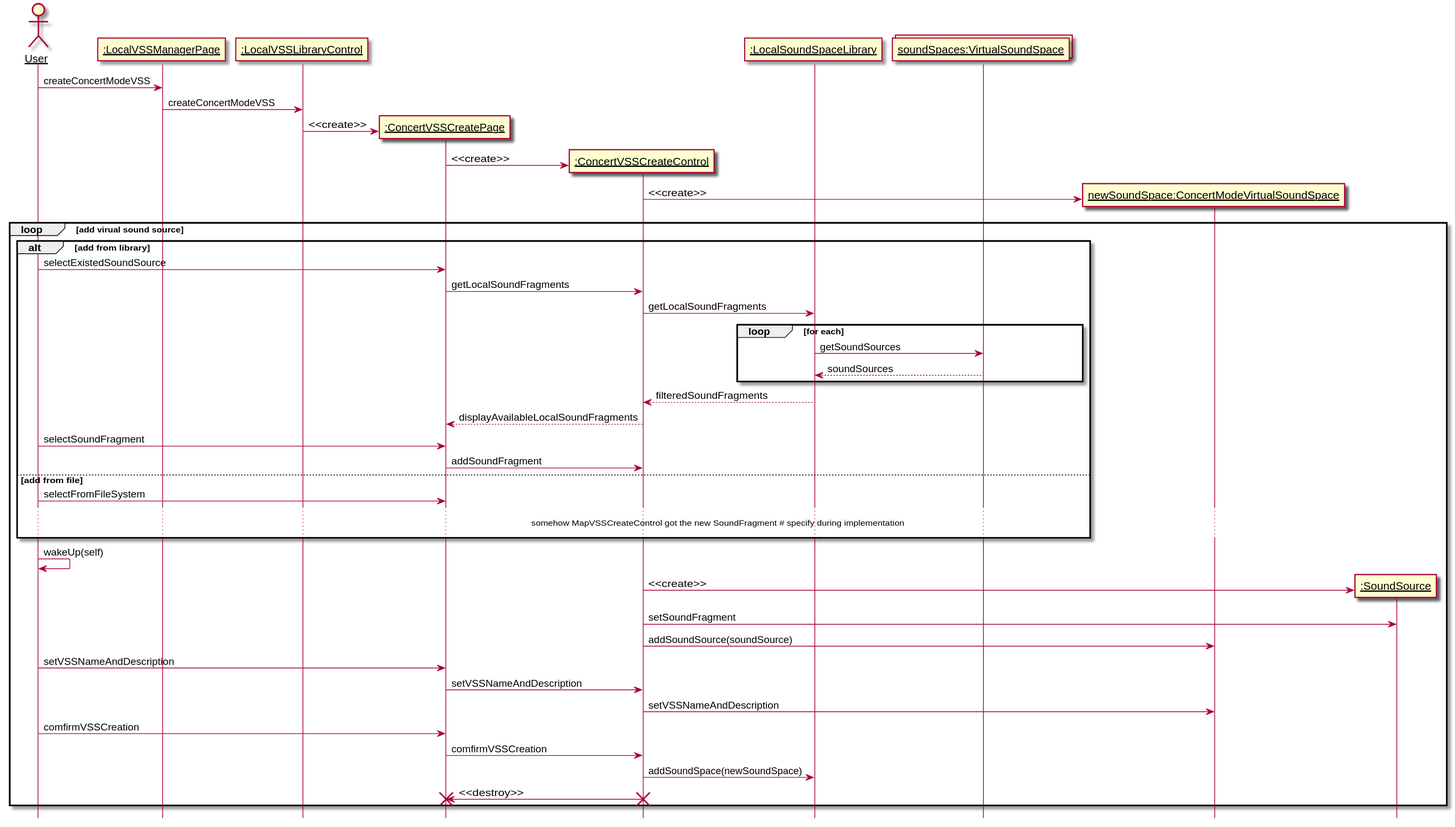
This is 需求定义和分析/CreateConcertModeVSS.svg from kpp19920121/doc, a PlantUML export, as it was before one commit. Source of this version:
```plantuml
@startuml CreateConcertModeVSS
hide footbox
skinparam sequenceParticipant underline


actor User as user
participant ":LocalVSSManagerPage" as boundary
participant ":LocalVSSLibraryControl" as control
participant ":ConcertVSSCreatePage" as createboundary
participant ":ConcertVSSCreateControl" as createcontrol
participant ":LocalSoundSpaceLibrary" as library
collections "soundSpaces:VirtualSoundSpace" as vsses
participant "newSoundSpace:ConcertModeVirtualSoundSpace" as newspace



user -> boundary: createConcertModeVSS
boundary -> control: createConcertModeVSS
create createboundary
control -> createboundary: <<create>>
create createcontrol
createboundary -> createcontrol: <<create>>
create newspace
createcontrol -> newspace: <<create>>

loop add virual sound source
    alt add from library
        user -> createboundary: selectExistedSoundSource
        createboundary -> createcontrol: getLocalSoundFragments
        createcontrol -> library: getLocalSoundFragments
        loop for each
            library -> vsses: getSoundSources
            vsses --> library: soundSources
        end
        library --> createcontrol: filteredSoundFragments
        createcontrol --> createboundary: displayAvailableLocalSoundFragments
        user -> createboundary: selectSoundFragment
        createboundary -> createcontrol: addSoundFragment
    else add from file
        user -> createboundary: selectFromFileSystem
        ...somehow MapVSSCreateControl got the new SoundFragment # specify during implementation...
    end


    participant ":SoundSource" as source
    user -> user: wakeUp(self)
    create source
    createcontrol -> source: <<create>>
    createcontrol -> source: setSoundFragment
    createcontrol -> newspace: addSoundSource(soundSource)
    user -> createboundary: setVSSNameAndDescription
    createboundary -> createcontrol: setVSSNameAndDescription
    createcontrol -> newspace: setVSSNameAndDescription
    user -> createboundary: comfirmVSSCreation
    createboundary -> createcontrol: comfirmVSSCreation
    createcontrol -> library: addSoundSpace(newSoundSpace)

    createcontrol -> createboundary: <<destroy>>
    destroy createboundary
    destroy createcontrol


end
@enduml
```
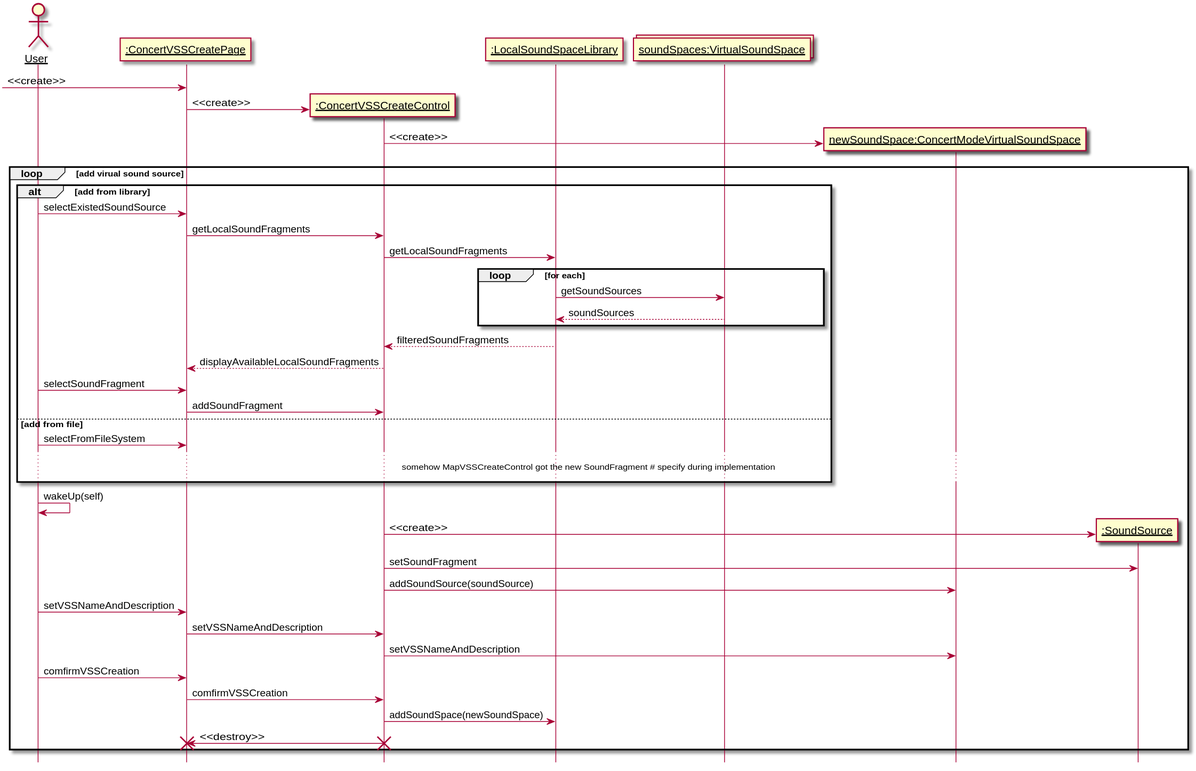
Later version of the same file.

Change to the diagram source:
```diff
@@ -4,20 +4,14 @@
 
 
 actor User as user
-participant ":LocalVSSManagerPage" as boundary
-participant ":LocalVSSLibraryControl" as control
 participant ":ConcertVSSCreatePage" as createboundary
 participant ":ConcertVSSCreateControl" as createcontrol
 participant ":LocalSoundSpaceLibrary" as library
 collections "soundSpaces:VirtualSoundSpace" as vsses
 participant "newSoundSpace:ConcertModeVirtualSoundSpace" as newspace
 
-
-
-user -> boundary: createConcertModeVSS
-boundary -> control: createConcertModeVSS
 create createboundary
-control -> createboundary: <<create>>
+-> createboundary: <<create>>
 create createcontrol
 createboundary -> createcontrol: <<create>>
 create newspace
```
